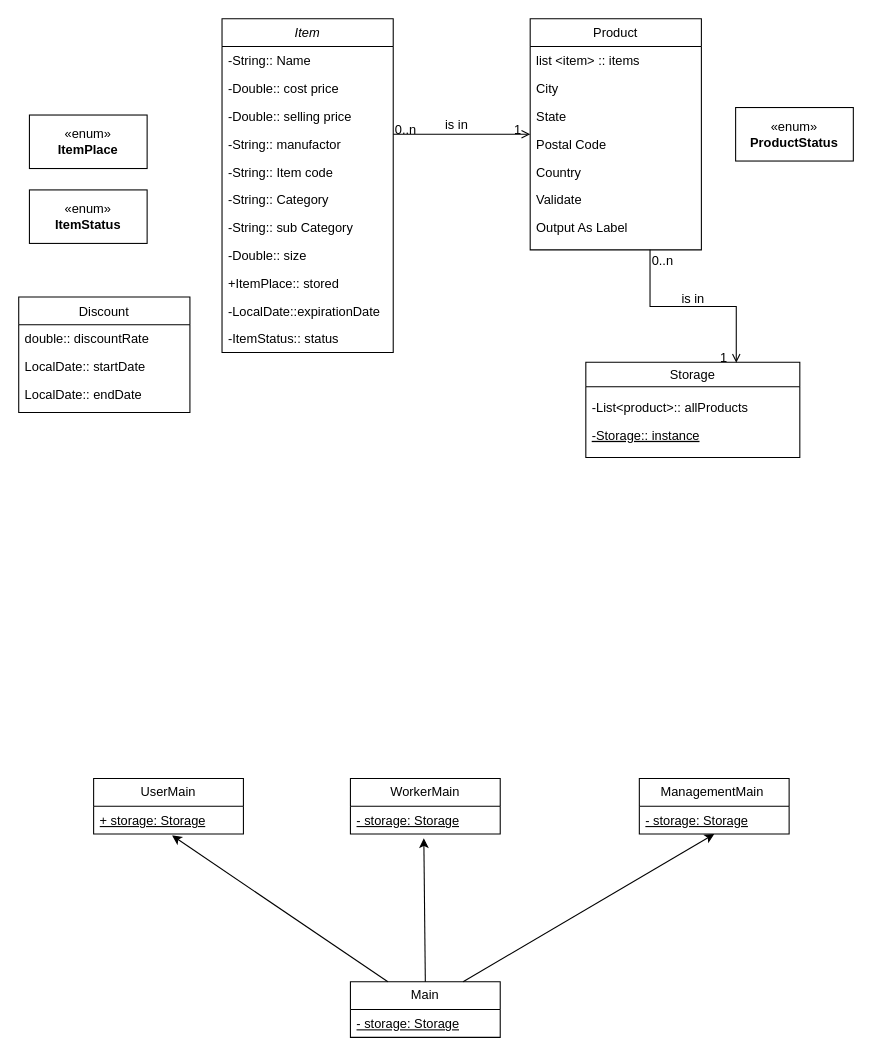
The draw.io diagram page "Page-1" (1 of 2) of dev/storage/src/Classes/Untitled Diagram.drawio in AdvaHalamish/ADSS_Group_DDD_a, before the edit. Source tidied: cells renumbered, new cells numbered last; positions are measured from the earlier drawing's top-left corner, leaving out a move shared by most shapes. Both pictures are drawn from the tidied source at 107%, with x=0, y=0 at pixel (18, 18).
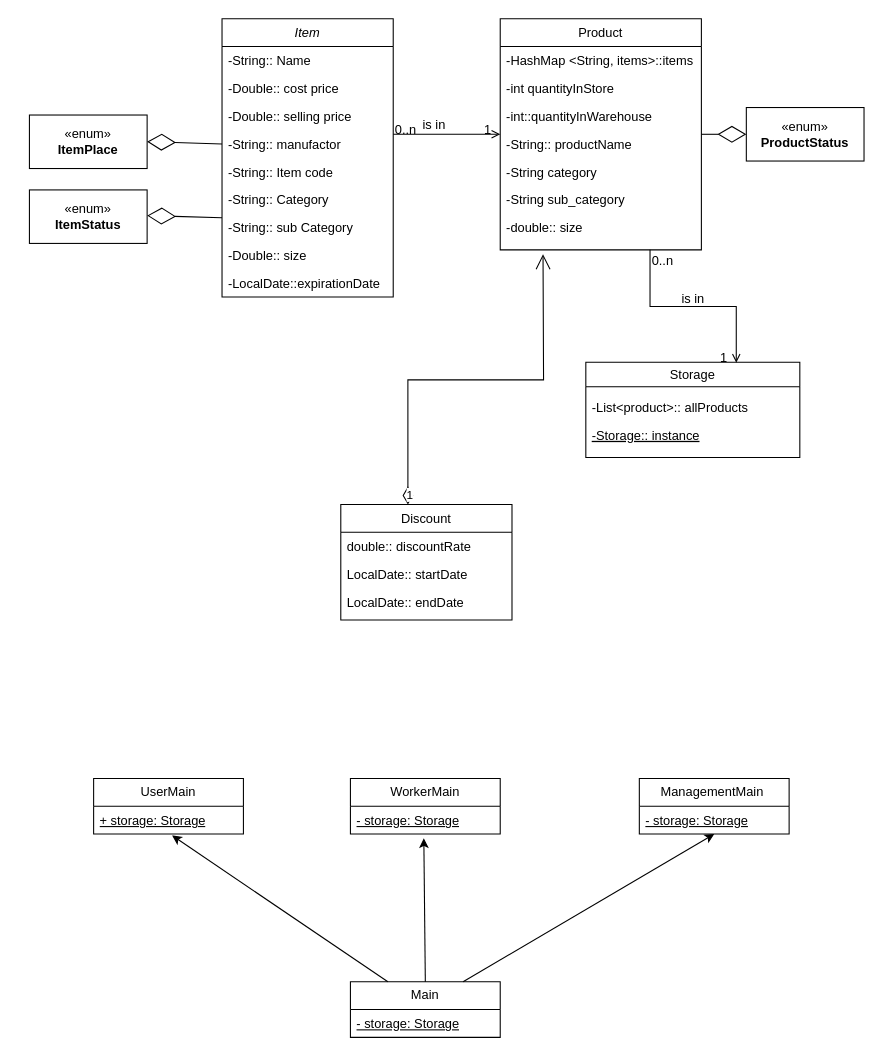
After the change.

Unchanged cells that the change refers to:
```xml
<mxCell id="6" value="-String:: manufactor" style="text;align=left;verticalAlign=top;spacingLeft=4;spacingRight=4;overflow=hidden;points=[[0,0.5],[1,0.5]];portConstraint=eastwest;rounded=0;shadow=0;html=0;" parent="2" vertex="1">
  <mxGeometry y="104" width="160" height="26" as="geometry" />
</mxCell>
<mxCell id="38" value="«enum»&lt;br&gt;&lt;b&gt;ItemPlace&lt;/b&gt;" style="html=1;whiteSpace=wrap;" parent="1" vertex="1">
  <mxGeometry x="10" y="90" width="110" height="50" as="geometry" />
</mxCell>
```

The edit, as a diff of the source:
```diff
@@
     <mxCell id="2" value="Item" style="swimlane;fontStyle=2;align=center;verticalAlign=top;horizontal=1;startSize=26;rounded=0;shadow=0;strokeWidth=1;" parent="1" vertex="1">
-      <mxGeometry x="190" width="160" height="312" as="geometry" />
+      <mxGeometry x="190" width="160" height="260" as="geometry" />
     </mxCell>
@@
-    <mxCell id="11" value="+ItemPlace:: stored" style="text;align=left;verticalAlign=top;spacingLeft=4;spacingRight=4;overflow=hidden;rounded=0;shadow=0;html=0;" parent="2" vertex="1">
-      <mxGeometry y="234" width="160" height="26" as="geometry" />
-    </mxCell>
     <mxCell id="12" value="-LocalDate::expirationDate" style="text;align=left;verticalAlign=top;spacingLeft=4;spacingRight=4;overflow=hidden;rounded=0;shadow=0;html=0;" parent="2" vertex="1">
-      <mxGeometry y="260" width="160" height="26" as="geometry" />
+      <mxGeometry y="234" width="160" height="26" as="geometry" />
     </mxCell>
-    <mxCell id="13" value="-ItemStatus:: status" style="text;align=left;verticalAlign=top;spacingLeft=4;spacingRight=4;overflow=hidden;rounded=0;shadow=0;html=0;" parent="2" vertex="1">
-      <mxGeometry y="286" width="160" height="26" as="geometry" />
-    </mxCell>
     <mxCell id="14" value="Discount" style="swimlane;fontStyle=0;align=center;verticalAlign=top;horizontal=1;startSize=26;rounded=0;shadow=0;strokeWidth=1;" parent="1" vertex="1">
-      <mxGeometry y="260" width="160" height="108" as="geometry" />
+      <mxGeometry x="301" y="454" width="160" height="108" as="geometry" />
     </mxCell>
@@
     <mxCell id="18" value="Product" style="swimlane;fontStyle=0;align=center;verticalAlign=top;horizontal=1;startSize=26;rounded=0;shadow=0;strokeWidth=1;" parent="1" vertex="1">
-      <mxGeometry x="478" width="160" height="216" as="geometry" />
+      <mxGeometry x="450" width="188" height="216" as="geometry" />
     </mxCell>
-    <mxCell id="19" value="list &lt;item&gt; :: items " style="text;align=left;verticalAlign=top;spacingLeft=4;spacingRight=4;overflow=hidden;" parent="18" vertex="1">
-      <mxGeometry y="26" width="160" height="26" as="geometry" />
+    <mxCell id="19" value="-HashMap &lt;String, items&gt;::items" style="text;align=left;verticalAlign=top;spacingLeft=4;spacingRight=4;overflow=hidden;" parent="18" vertex="1">
+      <mxGeometry y="26" width="188" height="26" as="geometry" />
     </mxCell>
-    <mxCell id="20" value="City" style="text;align=left;verticalAlign=top;spacingLeft=4;spacingRight=4;overflow=hidden;rounded=0;shadow=0;html=0;" parent="18" vertex="1">
-      <mxGeometry y="52" width="160" height="26" as="geometry" />
+    <mxCell id="20" value="-int quantityInStore" style="text;align=left;verticalAlign=top;spacingLeft=4;spacingRight=4;overflow=hidden;rounded=0;shadow=0;html=0;" parent="18" vertex="1">
+      <mxGeometry y="52" width="188" height="26" as="geometry" />
     </mxCell>
-    <mxCell id="21" value="State" style="text;align=left;verticalAlign=top;spacingLeft=4;spacingRight=4;overflow=hidden;rounded=0;shadow=0;html=0;" parent="18" vertex="1">
-      <mxGeometry y="78" width="160" height="26" as="geometry" />
+    <mxCell id="21" value="-int::quantityInWarehouse" style="text;align=left;verticalAlign=top;spacingLeft=4;spacingRight=4;overflow=hidden;rounded=0;shadow=0;html=0;" parent="18" vertex="1">
+      <mxGeometry y="78" width="188" height="26" as="geometry" />
     </mxCell>
-    <mxCell id="22" value="Postal Code" style="text;align=left;verticalAlign=top;spacingLeft=4;spacingRight=4;overflow=hidden;rounded=0;shadow=0;html=0;" parent="18" vertex="1">
-      <mxGeometry y="104" width="160" height="26" as="geometry" />
-    </mxCell>
-    <mxCell id="23" value="Country" style="text;align=left;verticalAlign=top;spacingLeft=4;spacingRight=4;overflow=hidden;rounded=0;shadow=0;html=0;" parent="18" vertex="1">
-      <mxGeometry y="130" width="160" height="26" as="geometry" />
+    <mxCell id="23" value="-String:: productName" style="text;align=left;verticalAlign=top;spacingLeft=4;spacingRight=4;overflow=hidden;rounded=0;shadow=0;html=0;" parent="18" vertex="1">
+      <mxGeometry y="104" width="188" height="26" as="geometry" />
     </mxCell>
-    <mxCell id="24" value="Validate" style="text;align=left;verticalAlign=top;spacingLeft=4;spacingRight=4;overflow=hidden;" parent="18" vertex="1">
-      <mxGeometry y="156" width="160" height="26" as="geometry" />
+    <mxCell id="24" value="-String category" style="text;align=left;verticalAlign=top;spacingLeft=4;spacingRight=4;overflow=hidden;" parent="18" vertex="1">
+      <mxGeometry y="130" width="188" height="26" as="geometry" />
     </mxCell>
-    <mxCell id="25" value="Output As Label" style="text;align=left;verticalAlign=top;spacingLeft=4;spacingRight=4;overflow=hidden;" parent="18" vertex="1">
-      <mxGeometry y="182" width="160" height="26" as="geometry" />
+    <mxCell id="25" value="-String sub_category" style="text;align=left;verticalAlign=top;spacingLeft=4;spacingRight=4;overflow=hidden;" parent="18" vertex="1">
+      <mxGeometry y="156" width="188" height="26" as="geometry" />
     </mxCell>
+    <mxCell id="51" value="-double:: size" style="text;align=left;verticalAlign=top;spacingLeft=4;spacingRight=4;overflow=hidden;" parent="18" vertex="1">
+      <mxGeometry y="182" width="188" height="26" as="geometry" />
+    </mxCell>
@@
     <mxCell id="39" value="«enum»&lt;br&gt;&lt;b&gt;ProductStatus&lt;/b&gt;" style="html=1;whiteSpace=wrap;" parent="1" vertex="1">
-      <mxGeometry x="670" y="83" width="110" height="50" as="geometry" />
+      <mxGeometry x="680" y="83" width="110" height="50" as="geometry" />
     </mxCell>
@@
+    <mxCell id="52" style="endArrow=diamondThin;endFill=0;endSize=24;html=1;rounded=0;entryX=1;entryY=0.5;entryDx=0;entryDy=0;exitX=0;exitY=0.5;exitDx=0;exitDy=0;" parent="1" edge="1" source="6" target="38">
+      <mxGeometry relative="1" as="geometry" />
+    </mxCell>
+    <mxCell id="53" style="endArrow=diamondThin;endFill=0;endSize=24;html=1;rounded=0;entryX=1;entryY=0.5;entryDx=0;entryDy=0;exitX=0;exitY=0.5;exitDx=0;exitDy=0;" parent="1" edge="1">
+      <mxGeometry relative="1" as="geometry">
+        <mxPoint x="190" y="186" as="sourcePoint" />
+        <mxPoint x="120" y="184" as="targetPoint" />
+      </mxGeometry>
+    </mxCell>
+    <mxCell id="54" value="1" style="endArrow=open;html=1;endSize=12;startArrow=diamondThin;startSize=14;startFill=0;edgeStyle=orthogonalEdgeStyle;align=left;verticalAlign=bottom;rounded=0;exitX=0.392;exitY=0;exitDx=0;exitDy=0;exitPerimeter=0;" parent="1" edge="1" source="14">
+      <mxGeometry x="-1" y="3" relative="1" as="geometry">
+        <mxPoint x="490" y="220" as="targetPoint" />
+      </mxGeometry>
+    </mxCell>
+    <mxCell id="55" style="endArrow=diamondThin;endFill=0;endSize=24;html=1;rounded=0;entryX=0;entryY=0.5;entryDx=0;entryDy=0;exitX=1;exitY=0.5;exitDx=0;exitDy=0;" parent="1" edge="1" source="18" target="39">
+      <mxGeometry relative="1" as="geometry" />
+    </mxCell>
```
